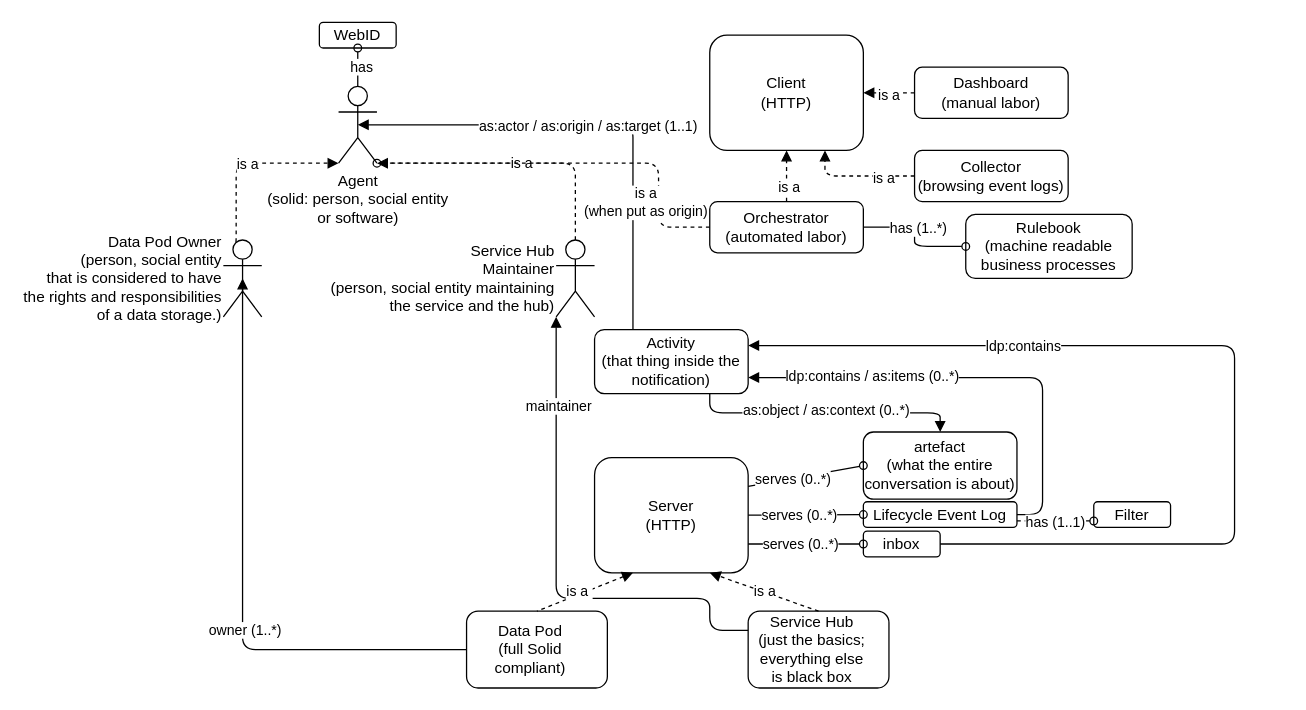
This is diagrams/terminology.drawio from MellonScholarlyCommunication/spec-overview, a draw.io file, before an edit. Source tidied: cells renumbered, new cells numbered last; positions are measured from the earlier drawing's top-left corner, leaving out a move shared by most shapes. Both pictures are drawn from the tidied source at 128%, with x=0, y=0 at pixel (223, 22).
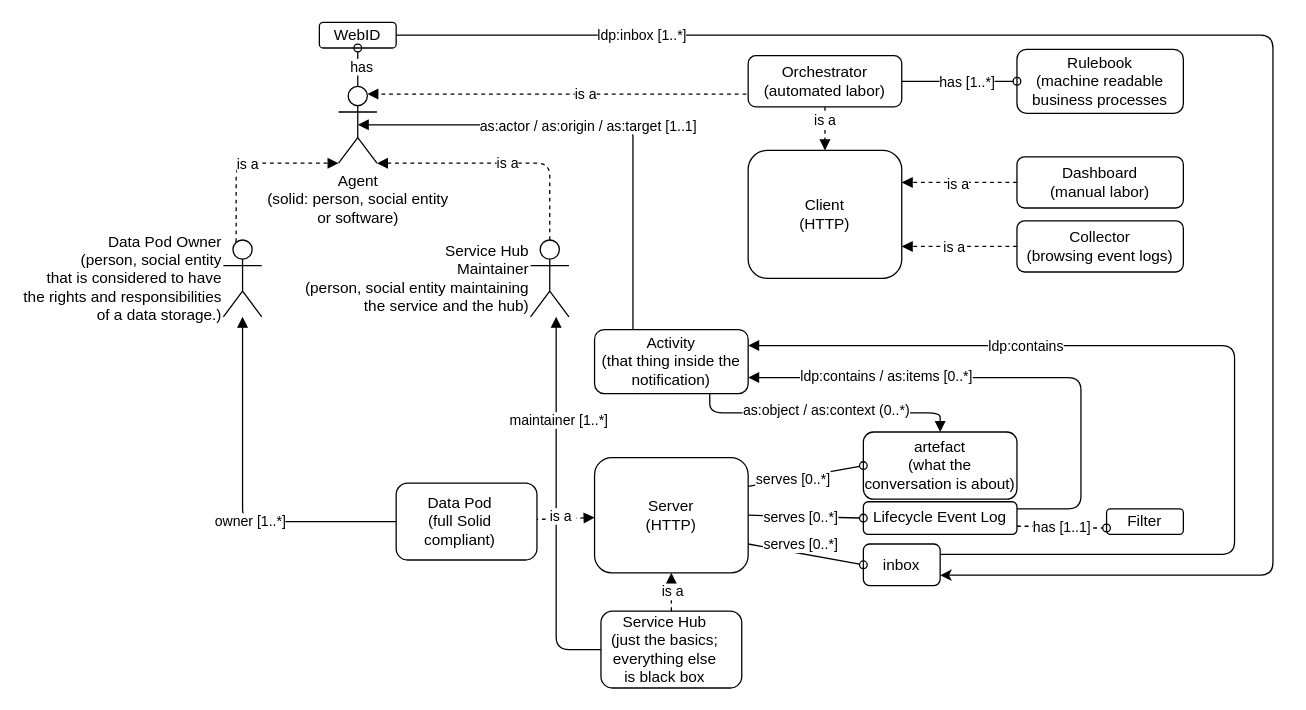
After the change.

Commit message (it also covers changes not shown here):
Updates terminology diagram

Unchanged cells that the change refers to:
```xml
<mxCell id="2" style="edgeStyle=orthogonalEdgeStyle;html=1;exitX=0.5;exitY=0.5;exitDx=0;exitDy=0;exitPerimeter=0;entryX=0.25;entryY=0;entryDx=0;entryDy=0;startArrow=block;startFill=1;endArrow=none;endFill=0;" parent="1" edge="1" source="6" target="35">
  <mxGeometry relative="1" as="geometry" />
</mxCell>
<mxCell id="6" value="Agent&lt;br&gt;(solid: person, social entity &lt;br&gt;or software)" style="shape=umlActor;verticalLabelPosition=bottom;verticalAlign=top;html=1;outlineConnect=0;" parent="1" vertex="1">
  <mxGeometry x="90" y="50" width="30" height="60" as="geometry" />
</mxCell>
<mxCell id="15" style="edgeStyle=none;html=1;exitX=1;exitY=0.25;exitDx=0;exitDy=0;entryX=0;entryY=0.5;entryDx=0;entryDy=0;endArrow=oval;endFill=0;" parent="1" edge="1" source="22" target="33">
  <mxGeometry relative="1" as="geometry" />
</mxCell>
<mxCell id="17" style="edgeStyle=none;html=1;exitX=1;exitY=0.5;exitDx=0;exitDy=0;entryX=0;entryY=0.5;entryDx=0;entryDy=0;endArrow=oval;endFill=0;" parent="1" edge="1" source="22" target="30">
  <mxGeometry relative="1" as="geometry" />
</mxCell>
<mxCell id="22" value="Server&lt;br&gt;(HTTP)" style="rounded=1;whiteSpace=wrap;html=1;fillColor=none;" parent="1" vertex="1">
  <mxGeometry x="290" y="340" width="120" height="90" as="geometry" />
</mxCell>
<mxCell id="28" style="edgeStyle=orthogonalEdgeStyle;html=1;exitX=1;exitY=0.75;exitDx=0;exitDy=0;entryX=0;entryY=0.75;entryDx=0;entryDy=0;dashed=1;startArrow=none;startFill=0;endArrow=oval;endFill=0;" parent="1" edge="1" source="30" target="57">
  <mxGeometry relative="1" as="geometry" />
</mxCell>
<mxCell id="34" value="WebID" style="rounded=1;whiteSpace=wrap;html=1;fillColor=none;" parent="1" vertex="1">
  <mxGeometry x="75" width="60" height="20" as="geometry" />
</mxCell>
<mxCell id="35" value="Activity&lt;br&gt;(that thing inside the notification)" style="rounded=1;whiteSpace=wrap;html=1;fillColor=default;" parent="1" vertex="1">
  <mxGeometry x="290" y="240" width="120" height="50" as="geometry" />
</mxCell>
<mxCell id="39" value="Data Pod Owner&lt;br&gt;(person, social entity &lt;br&gt;that is considered to have &lt;br&gt;the rights and responsibilities &lt;br&gt;of a data storage.)" style="shape=umlActor;verticalLabelPosition=middle;verticalAlign=middle;html=1;outlineConnect=0;labelPosition=left;align=right;" parent="1" vertex="1">
  <mxGeometry y="170" width="30" height="60" as="geometry" />
</mxCell>
```

What changed in the source:
```diff
@@
-    <mxCell id="3" value="as:actor / as:origin / as:target (1..1)" style="edgeLabel;html=1;align=center;verticalAlign=middle;" parent="2" vertex="1">
+    <mxCell id="3" value="as:actor / as:origin / as:target [1..1]" style="edgeLabel;html=1;align=center;verticalAlign=middle;" parent="2" vertex="1">
       <mxGeometry x="-0.1" relative="1" as="geometry">
         <mxPoint x="10" as="offset" />
       </mxGeometry>
     </mxCell>
@@
-    <mxCell id="7" style="edgeStyle=orthogonalEdgeStyle;html=1;exitX=0;exitY=0.5;exitDx=0;exitDy=0;startArrow=none;startFill=0;endArrow=block;endFill=1;entryX=0.5;entryY=0.5;entryDx=0;entryDy=0;entryPerimeter=0;" parent="1" edge="1" source="9" target="39">
+    <mxCell id="7" style="edgeStyle=orthogonalEdgeStyle;html=1;exitX=0;exitY=0.5;exitDx=0;exitDy=0;startArrow=none;startFill=0;endArrow=block;endFill=1;" parent="1" edge="1" source="9" target="39">
       <mxGeometry relative="1" as="geometry">
         <Array as="points">
-          <mxPoint x="15" y="490" />
+          <mxPoint x="15" y="390" />
         </Array>
       </mxGeometry>
     </mxCell>
-    <mxCell id="8" value="owner (1..*)" style="edgeLabel;html=1;align=center;verticalAlign=middle;" parent="7" vertex="1">
+    <mxCell id="8" value="owner [1..*]" style="edgeLabel;html=1;align=center;verticalAlign=middle;" parent="7" vertex="1">
       <mxGeometry x="-0.18" y="-1" relative="1" as="geometry" />
     </mxCell>
     <mxCell id="9" value="&lt;div&gt;Data Pod&lt;br&gt;&lt;/div&gt;&lt;div&gt;(full Solid compliant)&lt;/div&gt;" style="rounded=1;whiteSpace=wrap;html=1;strokeWidth=1;strokeColor=default;align=center;verticalAlign=middle;spacingRight=10;fillColor=none;" parent="1" vertex="1">
-      <mxGeometry x="190" y="460" width="110" height="60" as="geometry" />
+      <mxGeometry x="135" y="360" width="110" height="60" as="geometry" />
     </mxCell>
-    <mxCell id="10" style="edgeStyle=none;html=1;exitX=0.5;exitY=0;exitDx=0;exitDy=0;entryX=0.75;entryY=1;entryDx=0;entryDy=0;endArrow=block;endFill=1;dashed=1;" parent="1" edge="1" source="14" target="22">
+    <mxCell id="10" style="edgeStyle=none;html=1;exitX=0.5;exitY=0;exitDx=0;exitDy=0;endArrow=block;endFill=1;dashed=1;" parent="1" edge="1" source="14" target="22">
       <mxGeometry relative="1" as="geometry" />
     </mxCell>
@@
-    <mxCell id="12" style="edgeStyle=orthogonalEdgeStyle;html=1;exitX=0;exitY=0.25;exitDx=0;exitDy=0;startArrow=none;startFill=0;endArrow=block;endFill=1;entryX=0;entryY=1;entryDx=0;entryDy=0;entryPerimeter=0;" parent="1" edge="1" source="14" target="42">
+    <mxCell id="12" style="edgeStyle=orthogonalEdgeStyle;html=1;startArrow=none;startFill=0;endArrow=block;endFill=1;exitX=0;exitY=0.5;exitDx=0;exitDy=0;" parent="1" edge="1" source="14" target="42">
       <mxGeometry relative="1" as="geometry">
         <Array as="points">
-          <mxPoint x="380" y="475" />
-          <mxPoint x="380" y="450" />
-          <mxPoint x="260" y="450" />
+          <mxPoint x="260" y="490" />
         </Array>
       </mxGeometry>
     </mxCell>
-    <mxCell id="13" value="maintainer" style="edgeLabel;html=1;align=center;verticalAlign=middle;" parent="12" vertex="1">
-      <mxGeometry x="0.65" y="-1" relative="1" as="geometry" />
+    <mxCell id="13" value="maintainer [1..*]" style="edgeLabel;html=1;align=center;verticalAlign=middle;" parent="12" vertex="1">
+      <mxGeometry x="0.65" y="-1" relative="1" as="geometry">
+        <mxPoint y="28" as="offset" />
+      </mxGeometry>
     </mxCell>
     <mxCell id="14" value="&lt;div&gt;Service Hub&lt;br&gt;&lt;/div&gt;&lt;div&gt;(just the basics; everything else is&amp;nbsp;&lt;span&gt;black box&lt;/span&gt;&lt;/div&gt;" style="rounded=1;whiteSpace=wrap;html=1;strokeWidth=1;strokeColor=default;align=center;verticalAlign=middle;spacingRight=10;fillColor=none;" parent="1" vertex="1">
-      <mxGeometry x="410" y="460" width="110" height="60" as="geometry" />
+      <mxGeometry x="295" y="460" width="110" height="60" as="geometry" />
     </mxCell>
@@
-    <mxCell id="16" value="serves (0..*)" style="edgeLabel;html=1;align=center;verticalAlign=middle;" parent="15" vertex="1">
+    <mxCell id="16" value="serves [0..*]" style="edgeLabel;html=1;align=center;verticalAlign=middle;" parent="15" vertex="1">
       <mxGeometry x="-0.23" y="1" relative="1" as="geometry">
         <mxPoint y="1" as="offset" />
       </mxGeometry>
     </mxCell>
@@
-    <mxCell id="18" value="serves (0..*)" style="edgeLabel;html=1;align=center;verticalAlign=middle;" parent="17" vertex="1">
+    <mxCell id="18" value="serves [0..*]" style="edgeLabel;html=1;align=center;verticalAlign=middle;" parent="17" vertex="1">
       <mxGeometry x="0.03" y="2" relative="1" as="geometry">
         <mxPoint x="-6" y="2" as="offset" />
       </mxGeometry>
     </mxCell>
@@
-    <mxCell id="20" style="edgeStyle=none;html=1;exitX=0.25;exitY=1;exitDx=0;exitDy=0;entryX=0.5;entryY=0;entryDx=0;entryDy=0;endArrow=none;endFill=0;startArrow=block;startFill=1;dashed=1;" parent="1" edge="1" source="22" target="9">
+    <mxCell id="20" style="edgeStyle=none;html=1;endArrow=none;endFill=0;startArrow=block;startFill=1;dashed=1;" parent="1" edge="1" source="22" target="9">
       <mxGeometry relative="1" as="geometry" />
     </mxCell>
@@
-    <mxCell id="23" style="edgeStyle=orthogonalEdgeStyle;html=1;exitX=1;exitY=0.5;exitDx=0;exitDy=0;entryX=1;entryY=0.25;entryDx=0;entryDy=0;startArrow=none;startFill=0;endArrow=block;endFill=1;" parent="1" edge="1" source="25" target="35">
+    <mxCell id="23" style="edgeStyle=orthogonalEdgeStyle;html=1;entryX=1;entryY=0.25;entryDx=0;entryDy=0;startArrow=none;startFill=0;endArrow=block;endFill=1;exitX=1;exitY=0.25;exitDx=0;exitDy=0;" parent="1" edge="1" source="25" target="35">
       <mxGeometry relative="1" as="geometry">
         <Array as="points">
-          <mxPoint x="790" y="408" />
+          <mxPoint x="790" y="416" />
           <mxPoint x="790" y="253" />
         </Array>
       </mxGeometry>
     </mxCell>
@@
     <mxCell id="25" value="inbox" style="rounded=1;whiteSpace=wrap;html=1;fillColor=none;" parent="1" vertex="1">
-      <mxGeometry x="500" y="397.5" width="60" height="20" as="geometry" />
+      <mxGeometry x="500" y="407.5" width="60" height="32.5" as="geometry" />
     </mxCell>
-    <mxCell id="26" style="edgeStyle=orthogonalEdgeStyle;html=1;exitX=1;exitY=0.5;exitDx=0;exitDy=0;entryX=1;entryY=0.75;entryDx=0;entryDy=0;startArrow=none;startFill=0;endArrow=block;endFill=1;" parent="1" edge="1" source="30" target="35">
+    <mxCell id="26" style="edgeStyle=orthogonalEdgeStyle;html=1;entryX=1;entryY=0.75;entryDx=0;entryDy=0;startArrow=none;startFill=0;endArrow=block;endFill=1;" parent="1" edge="1" source="30" target="35">
       <mxGeometry relative="1" as="geometry">
         <Array as="points">
-          <mxPoint x="640" y="385" />
-          <mxPoint x="640" y="278" />
+          <mxPoint x="670" y="380" />
+          <mxPoint x="670" y="278" />
         </Array>
       </mxGeometry>
     </mxCell>
-    <mxCell id="27" value="ldp:contains / as:items (0..*)" style="edgeLabel;html=1;align=center;verticalAlign=middle;" parent="26" vertex="1">
+    <mxCell id="27" value="ldp:contains / as:items [0..*]" style="edgeLabel;html=1;align=center;verticalAlign=middle;" parent="26" vertex="1">
       <mxGeometry x="0.6" y="-1" relative="1" as="geometry">
         <mxPoint x="25" as="offset" />
       </mxGeometry>
     </mxCell>
@@
-    <mxCell id="29" value="has (1..1)" style="edgeLabel;html=1;align=center;verticalAlign=middle;" parent="28" vertex="1">
+    <mxCell id="29" value="has [1..1]" style="edgeLabel;html=1;align=center;verticalAlign=middle;" parent="28" vertex="1">
       <mxGeometry x="-0.05" y="-1" relative="1" as="geometry" />
     </mxCell>
     <mxCell id="30" value="Lifecycle Event Log" style="rounded=1;whiteSpace=wrap;html=1;fillColor=none;" parent="1" vertex="1">
-      <mxGeometry x="500" y="374.5" width="120" height="20" as="geometry" />
+      <mxGeometry x="500" y="374.5" width="120" height="25.5" as="geometry" />
     </mxCell>
@@
-    <mxCell id="33" value="artefact&lt;br&gt;(what the entire conversation is about)" style="rounded=1;whiteSpace=wrap;html=1;fillColor=none;strokeColor=#000000;strokeWidth=1;" parent="1" vertex="1">
+    <mxCell id="33" value="artefact&lt;br&gt;(what the conversation is about)" style="rounded=1;whiteSpace=wrap;html=1;fillColor=none;strokeColor=#000000;strokeWidth=1;" parent="1" vertex="1">
       <mxGeometry x="500" y="320" width="120" height="52.5" as="geometry" />
     </mxCell>
+    <mxCell id="59" style="edgeStyle=orthogonalEdgeStyle;html=1;exitX=1;exitY=0.5;exitDx=0;exitDy=0;entryX=1;entryY=0.75;entryDx=0;entryDy=0;jumpStyle=none;" parent="1" edge="1" source="34" target="25">
+      <mxGeometry relative="1" as="geometry">
+        <Array as="points">
+          <mxPoint x="820" y="10" />
+          <mxPoint x="820" y="432" />
+        </Array>
+      </mxGeometry>
+    </mxCell>
+    <mxCell id="60" value="ldp:inbox [1..*]" style="edgeLabel;html=1;align=center;verticalAlign=middle;" parent="59" vertex="1">
+      <mxGeometry x="-0.72" y="1" relative="1" as="geometry" />
+    </mxCell>
@@
-    <mxCell id="36" value="serves (0..*)" style="edgeLabel;html=1;align=center;verticalAlign=middle;" parent="1" vertex="1">
+    <mxCell id="36" value="serves [0..*]" style="edgeLabel;html=1;align=center;verticalAlign=middle;" parent="1" vertex="1">
       <mxGeometry x="450" y="407.5" as="geometry" />
     </mxCell>
@@
     <mxCell id="40" style="edgeStyle=orthogonalEdgeStyle;html=1;exitX=0.5;exitY=0;exitDx=0;exitDy=0;exitPerimeter=0;entryX=1;entryY=1;entryDx=0;entryDy=0;entryPerimeter=0;startArrow=none;startFill=0;endArrow=block;endFill=1;dashed=1;" parent="1" edge="1" source="42" target="6">
       <mxGeometry relative="1" as="geometry">
         <Array as="points">
-          <mxPoint x="275" y="110" />
+          <mxPoint x="255" y="110" />
         </Array>
       </mxGeometry>
     </mxCell>
@@
     <mxCell id="42" value="Service Hub&lt;br&gt;Maintainer&lt;br&gt;(person, social entity maintaining &lt;br&gt;the service and the hub)" style="shape=umlActor;verticalLabelPosition=middle;verticalAlign=middle;html=1;outlineConnect=0;labelPosition=left;align=right;" parent="1" vertex="1">
-      <mxGeometry x="260" y="170" width="30" height="60" as="geometry" />
+      <mxGeometry x="240" y="170" width="30" height="60" as="geometry" />
     </mxCell>
-    <mxCell id="43" style="edgeStyle=orthogonalEdgeStyle;html=1;exitX=0.5;exitY=0;exitDx=0;exitDy=0;dashed=1;startArrow=none;startFill=0;endArrow=block;endFill=1;" parent="1" edge="1" source="49" target="53">
+    <mxCell id="43" style="edgeStyle=orthogonalEdgeStyle;html=1;exitX=0.5;exitY=1;exitDx=0;exitDy=0;dashed=1;startArrow=none;startFill=0;endArrow=block;endFill=1;" parent="1" edge="1" source="49" target="53">
       <mxGeometry relative="1" as="geometry" />
     </mxCell>
@@
-    <mxCell id="45" style="edgeStyle=orthogonalEdgeStyle;html=1;exitX=1;exitY=0.5;exitDx=0;exitDy=0;entryX=0;entryY=0.5;entryDx=0;entryDy=0;startArrow=none;startFill=0;endArrow=oval;endFill=0;" parent="1" edge="1" source="49" target="58">
+    <mxCell id="45" style="edgeStyle=orthogonalEdgeStyle;html=1;exitX=1;exitY=0.5;exitDx=0;exitDy=0;entryX=0;entryY=0.5;entryDx=0;entryDy=0;startArrow=none;startFill=0;endArrow=oval;endFill=0;jumpStyle=arc;" parent="1" edge="1" source="49" target="58">
       <mxGeometry relative="1" as="geometry" />
     </mxCell>
-    <mxCell id="46" value="has (1..*)" style="edgeLabel;html=1;align=center;verticalAlign=middle;" parent="45" vertex="1">
+    <mxCell id="46" value="has [1..*]" style="edgeLabel;html=1;align=center;verticalAlign=middle;" parent="45" vertex="1">
       <mxGeometry x="-0.16" y="1" relative="1" as="geometry">
-        <mxPoint x="1" as="offset" />
+        <mxPoint x="12" y="1" as="offset" />
       </mxGeometry>
     </mxCell>
-    <mxCell id="47" style="edgeStyle=orthogonalEdgeStyle;html=1;exitX=0;exitY=0.5;exitDx=0;exitDy=0;startArrow=none;startFill=0;endArrow=oval;endFill=0;dashed=1;" parent="1" edge="1" source="49">
+    <mxCell id="47" style="edgeStyle=orthogonalEdgeStyle;html=1;startArrow=none;startFill=0;endArrow=block;endFill=1;dashed=1;entryX=0.75;entryY=0.1;entryDx=0;entryDy=0;entryPerimeter=0;exitX=0;exitY=0.75;exitDx=0;exitDy=0;" parent="1" edge="1" source="49" target="6">
       <mxGeometry relative="1" as="geometry">
-        <mxPoint x="120" y="110" as="targetPoint" />
         <Array as="points">
-          <mxPoint x="340" y="160" />
-          <mxPoint x="340" y="110" />
+          <mxPoint x="414" y="56" />
         </Array>
       </mxGeometry>
     </mxCell>
-    <mxCell id="48" value="is a &lt;br&gt;(when put as origin)" style="edgeLabel;html=1;align=center;verticalAlign=middle;" parent="47" vertex="1">
-      <mxGeometry x="-0.13" relative="1" as="geometry">
-        <mxPoint x="34" y="30" as="offset" />
-      </mxGeometry>
-    </mxCell>
+    <mxCell id="61" value="is a" style="edgeLabel;html=1;align=center;verticalAlign=middle;" parent="47" vertex="1">
+      <mxGeometry x="-0.11" y="-1" relative="1" as="geometry" />
+    </mxCell>
     <mxCell id="49" value="Orchestrator&lt;br&gt;(automated labor)" style="rounded=1;whiteSpace=wrap;html=1;fillColor=default;" parent="1" vertex="1">
-      <mxGeometry x="380" y="140" width="120" height="40" as="geometry" />
+      <mxGeometry x="410" y="26" width="120" height="40" as="geometry" />
     </mxCell>
-    <mxCell id="50" style="edgeStyle=orthogonalEdgeStyle;html=1;exitX=0;exitY=0.5;exitDx=0;exitDy=0;entryX=0.75;entryY=1;entryDx=0;entryDy=0;dashed=1;startArrow=none;startFill=0;endArrow=block;endFill=1;" parent="1" edge="1" source="52" target="53">
+    <mxCell id="50" style="edgeStyle=orthogonalEdgeStyle;html=1;exitX=0;exitY=0.5;exitDx=0;exitDy=0;entryX=1;entryY=0.75;entryDx=0;entryDy=0;dashed=1;startArrow=none;startFill=0;endArrow=block;endFill=1;" parent="1" edge="1" source="52" target="53">
       <mxGeometry relative="1" as="geometry" />
     </mxCell>
     <mxCell id="51" value="is a" style="edgeLabel;html=1;align=center;verticalAlign=middle;" parent="50" vertex="1">
-      <mxGeometry x="-0.45" y="1" relative="1" as="geometry" />
+      <mxGeometry x="-0.45" y="1" relative="1" as="geometry">
+        <mxPoint x="-25" y="-1" as="offset" />
+      </mxGeometry>
     </mxCell>
     <mxCell id="52" value="Collector&lt;br&gt;(browsing event logs)" style="rounded=1;whiteSpace=wrap;html=1;fillColor=default;" parent="1" vertex="1">
-      <mxGeometry x="540" y="100" width="120" height="40" as="geometry" />
+      <mxGeometry x="620" y="155" width="130" height="40" as="geometry" />
     </mxCell>
     <mxCell id="53" value="Client&lt;br&gt;(HTTP)" style="rounded=1;whiteSpace=wrap;html=1;fillColor=none;" parent="1" vertex="1">
-      <mxGeometry x="380" y="10" width="120" height="90" as="geometry" />
+      <mxGeometry x="410" y="100" width="120" height="100" as="geometry" />
     </mxCell>
-    <mxCell id="54" style="edgeStyle=orthogonalEdgeStyle;html=1;exitX=0;exitY=0.5;exitDx=0;exitDy=0;entryX=1;entryY=0.5;entryDx=0;entryDy=0;dashed=1;startArrow=none;startFill=0;endArrow=block;endFill=1;" parent="1" edge="1" source="56" target="53">
+    <mxCell id="54" style="edgeStyle=orthogonalEdgeStyle;html=1;exitX=0;exitY=0.5;exitDx=0;exitDy=0;entryX=1;entryY=0.25;entryDx=0;entryDy=0;dashed=1;startArrow=none;startFill=0;endArrow=block;endFill=1;" parent="1" edge="1" source="56" target="53">
       <mxGeometry relative="1" as="geometry" />
     </mxCell>
@@
     <mxCell id="56" value="Dashboard&lt;br&gt;(manual labor)" style="rounded=1;whiteSpace=wrap;html=1;fillColor=default;" parent="1" vertex="1">
-      <mxGeometry x="540" y="35" width="120" height="40" as="geometry" />
+      <mxGeometry x="620" y="105" width="130" height="40" as="geometry" />
     </mxCell>
     <mxCell id="57" value="Filter" style="rounded=1;whiteSpace=wrap;html=1;fillColor=none;" parent="1" vertex="1">
-      <mxGeometry x="680" y="374.5" width="60" height="20" as="geometry" />
+      <mxGeometry x="690" y="380" width="60" height="20" as="geometry" />
     </mxCell>
     <mxCell id="58" value="Rulebook&lt;br&gt;(machine readable business processes" style="rounded=1;whiteSpace=wrap;html=1;fillColor=none;" parent="1" vertex="1">
-      <mxGeometry x="580" y="150" width="130" height="50" as="geometry" />
+      <mxGeometry x="620" y="21" width="130" height="50" as="geometry" />
     </mxCell>
```
